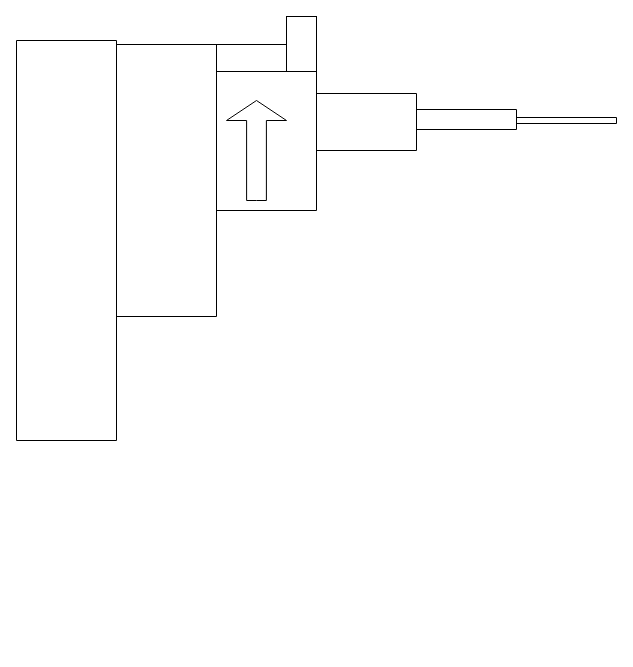
Before: Untitled Diagram.drawio in gennacampain/RProjects, a draw.io diagram. Source tidied: cells renumbered, new cells numbered last; positions are measured from the earlier drawing's top-left corner, leaving out a move shared by most shapes. Both pictures are drawn from the tidied source at 100%, with x=0, y=0 at pixel (16, 28).
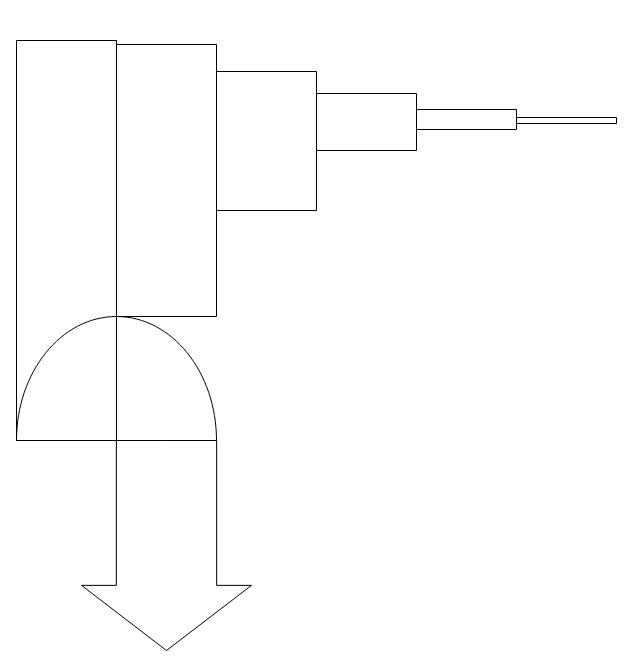
Above is the later version.

The edit, as a diff of the source:
```diff
@@
 <mxGraphModel>
   <root>
     <mxCell id="0" />
     <mxCell id="1" parent="0" />
+    <mxCell id="11" style="verticalLabelPosition=bottom;verticalAlign=top;html=1;shape=mxgraph.basic.half_circle;flipV=1;" parent="1" vertex="1">
+      <mxGeometry y="288" width="200" height="124" as="geometry" />
+    </mxCell>
     <mxCell id="2" style="swimlane;startSize=0;" parent="1" vertex="1">
       <mxGeometry y="12" width="100" height="400" as="geometry" />
     </mxCell>
     <mxCell id="3" style="swimlane;startSize=0;" parent="1" vertex="1">
       <mxGeometry x="100" y="16" width="100" height="272" as="geometry" />
     </mxCell>
     <mxCell id="4" style="swimlane;startSize=0;" parent="1" vertex="1">
       <mxGeometry x="200" y="43" width="100" height="139" as="geometry" />
     </mxCell>
     <mxCell id="5" style="swimlane;startSize=0;" parent="1" vertex="1">
       <mxGeometry x="300" y="65" width="100" height="57" as="geometry" />
     </mxCell>
     <mxCell id="6" style="swimlane;startSize=0;" parent="1" vertex="1">
       <mxGeometry x="400" y="81" width="100" height="20" as="geometry" />
     </mxCell>
     <mxCell id="7" style="swimlane;startSize=0;" parent="1" vertex="1">
       <mxGeometry x="500" y="89" width="100" height="6" as="geometry" />
     </mxCell>
-    <mxCell id="8" style="rounded=0;whiteSpace=wrap;html=1;" parent="1" vertex="1">
-      <mxGeometry x="200" y="16" width="100" height="27" as="geometry" />
-    </mxCell>
-    <mxCell id="9" style="rounded=0;whiteSpace=wrap;html=1;rotation=-90;" parent="1" vertex="1">
-      <mxGeometry x="257.5" y="0.5" width="55" height="30" as="geometry" />
-    </mxCell>
-    <mxCell id="10" style="html=1;shadow=0;dashed=0;align=center;verticalAlign=middle;shape=mxgraph.arrows2.arrow;dy=0.67;dx=20;notch=0;rotation=-90;" parent="1" vertex="1">
-      <mxGeometry x="190" y="92" width="100" height="60" as="geometry" />
-    </mxCell>
+    <mxCell id="12" style="html=1;shadow=0;dashed=0;align=center;verticalAlign=middle;shape=mxgraph.arrows2.arrow;dy=0.41;dx=65.14;direction=south;notch=0;" parent="1" vertex="1">
+      <mxGeometry x="65" y="412" width="170" height="210" as="geometry" />
+    </mxCell>
   </root>
 </mxGraphModel>
```
